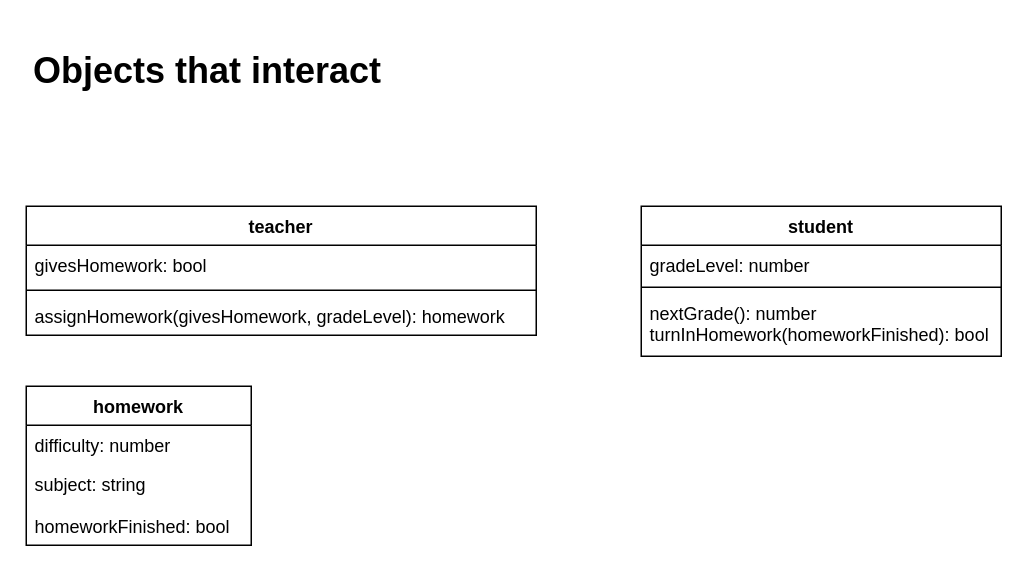
patrick965/CSCS1240S21 keeps this draw.io diagram as page "Objects that interact" (2 of 2) of CSCS1240Notes.drawio. Above is the earlier version. Source tidied: cells renumbered, new cells numbered last; positions are measured from the earlier drawing's top-left corner, leaving out a move shared by most shapes. Both pictures are drawn from the tidied source at 150%, with x=0, y=0 at pixel (26, 40).
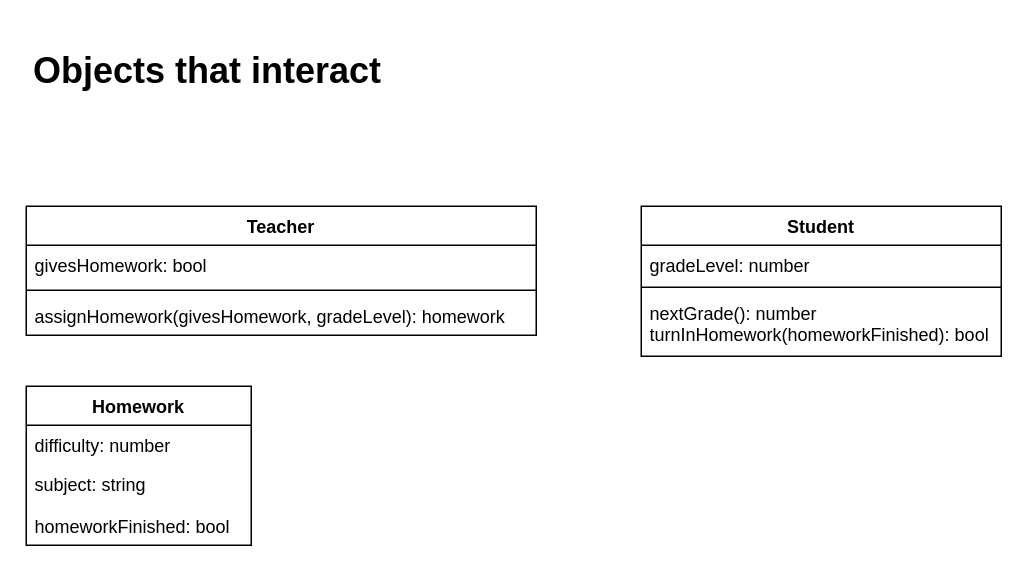
Above is the later version.

Commit message:
Capitalized class names

Diff of the diagram source:
```diff
@@
 <mxGraphModel>
   <root>
     <mxCell id="0" />
     <mxCell id="1" parent="0" />
     <mxCell id="2" value="&lt;h1&gt;Objects that interact&lt;/h1&gt;" style="text;html=1;strokeColor=none;fillColor=none;spacing=5;spacingTop=-20;whiteSpace=wrap;overflow=hidden;rounded=0;" parent="1" vertex="1">
       <mxGeometry width="250" height="40" as="geometry" />
     </mxCell>
-    <mxCell id="3" value="teacher" style="swimlane;fontStyle=1;align=center;verticalAlign=top;horizontal=1;startSize=26;" parent="1" vertex="1">
+    <mxCell id="3" value="Teacher" style="swimlane;fontStyle=1;align=center;verticalAlign=top;horizontal=1;startSize=26;" parent="1" vertex="1">
       <mxGeometry y="110" width="340" height="86" as="geometry" />
     </mxCell>
     <mxCell id="4" value="givesHomework: bool" style="text;strokeColor=none;fillColor=none;align=left;verticalAlign=top;spacingLeft=4;spacingRight=4;overflow=hidden;" parent="3" vertex="1">
       <mxGeometry y="26" width="340" height="26" as="geometry" />
     </mxCell>
     <mxCell id="5" style="line;strokeWidth=1;fillColor=none;align=left;verticalAlign=middle;spacingTop=-1;spacingLeft=3;spacingRight=3;labelPosition=right;" parent="3" vertex="1">
       <mxGeometry y="52" width="340" height="8" as="geometry" />
     </mxCell>
     <mxCell id="6" value="assignHomework(givesHomework, gradeLevel): homework" style="text;strokeColor=none;fillColor=none;align=left;verticalAlign=top;spacingLeft=4;spacingRight=4;overflow=hidden;" parent="3" vertex="1">
       <mxGeometry y="60" width="340" height="26" as="geometry" />
     </mxCell>
-    <mxCell id="7" value="student" style="swimlane;fontStyle=1;align=center;verticalAlign=top;horizontal=1;startSize=26;" parent="1" vertex="1">
+    <mxCell id="7" value="Student" style="swimlane;fontStyle=1;align=center;verticalAlign=top;horizontal=1;startSize=26;" parent="1" vertex="1">
       <mxGeometry x="410" y="110" width="240" height="100" as="geometry" />
     </mxCell>
     <mxCell id="8" value="gradeLevel: number" style="text;strokeColor=none;fillColor=none;align=left;verticalAlign=top;spacingLeft=4;spacingRight=4;overflow=hidden;" parent="7" vertex="1">
       <mxGeometry y="26" width="240" height="24" as="geometry" />
     </mxCell>
     <mxCell id="9" style="line;strokeWidth=1;fillColor=none;align=left;verticalAlign=middle;spacingTop=-1;spacingLeft=3;spacingRight=3;labelPosition=right;" parent="7" vertex="1">
       <mxGeometry y="50" width="240" height="8" as="geometry" />
     </mxCell>
     <mxCell id="10" value="nextGrade(): number&#10;turnInHomework(homeworkFinished): bool" style="text;strokeColor=none;fillColor=none;align=left;verticalAlign=top;spacingLeft=4;spacingRight=4;overflow=hidden;" parent="7" vertex="1">
       <mxGeometry y="58" width="240" height="42" as="geometry" />
     </mxCell>
-    <mxCell id="11" value="homework" style="swimlane;fontStyle=1;horizontal=1;startSize=26;fillColor=none;" parent="1" vertex="1">
+    <mxCell id="11" value="Homework" style="swimlane;fontStyle=1;horizontal=1;startSize=26;fillColor=none;" parent="1" vertex="1">
       <mxGeometry y="230" width="150" height="106" as="geometry" />
     </mxCell>
     <mxCell id="12" value="difficulty: number" style="text;strokeColor=none;fillColor=none;align=left;verticalAlign=top;spacingLeft=4;spacingRight=4;overflow=hidden;" parent="11" vertex="1">
       <mxGeometry y="26" width="150" height="26" as="geometry" />
     </mxCell>
     <mxCell id="13" value="subject: string" style="text;strokeColor=none;fillColor=none;align=left;verticalAlign=top;spacingLeft=4;spacingRight=4;overflow=hidden;" parent="11" vertex="1">
       <mxGeometry y="52" width="150" height="28" as="geometry" />
     </mxCell>
     <mxCell id="14" value="homeworkFinished: bool" style="text;strokeColor=none;fillColor=none;align=left;verticalAlign=top;spacingLeft=4;spacingRight=4;overflow=hidden;" parent="11" vertex="1">
       <mxGeometry y="80" width="150" height="26" as="geometry" />
     </mxCell>
   </root>
 </mxGraphModel>
```
